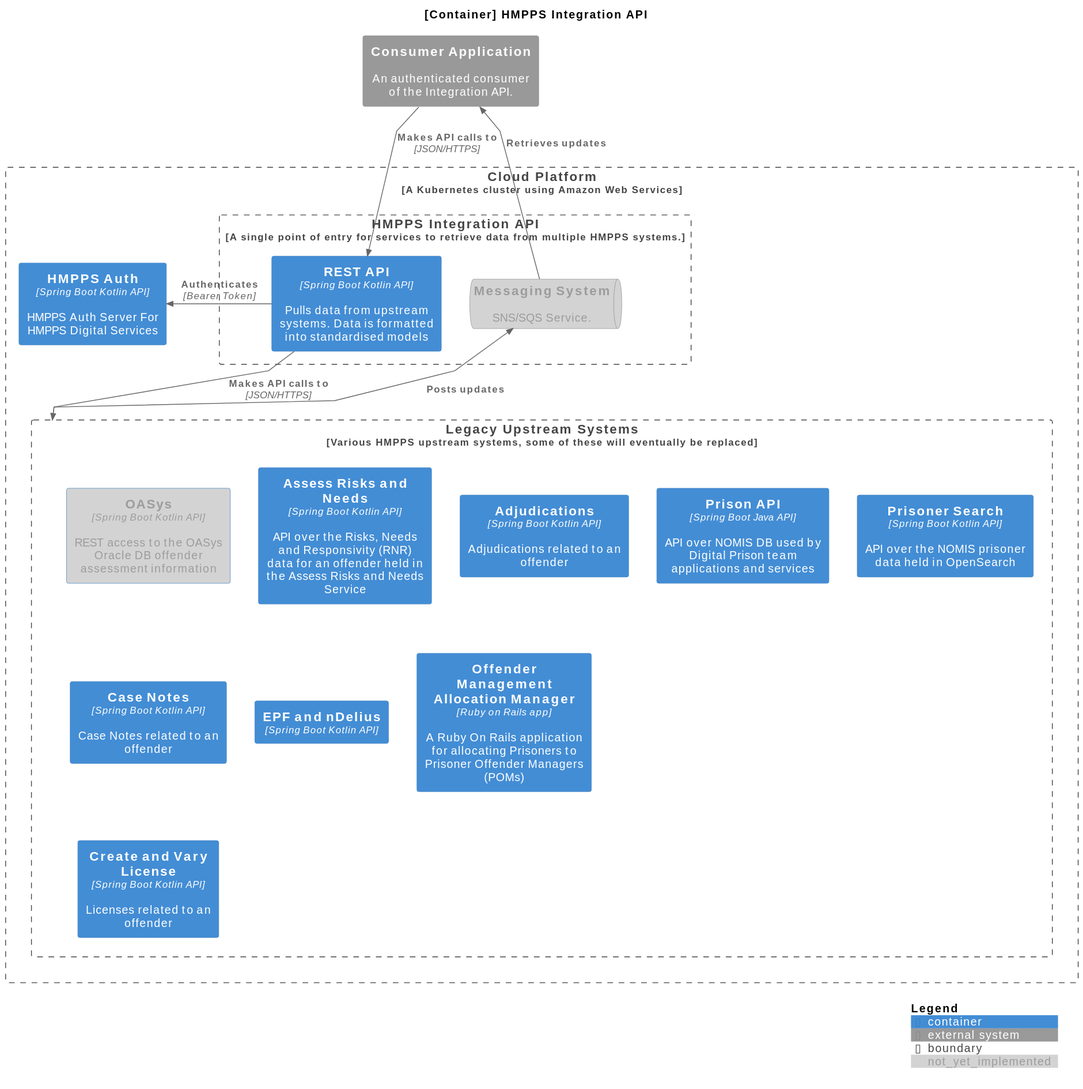
Above: docs/diagrams/container.svg in ministryofjustice/hmpps-integration-api (PlantUML), before the change.
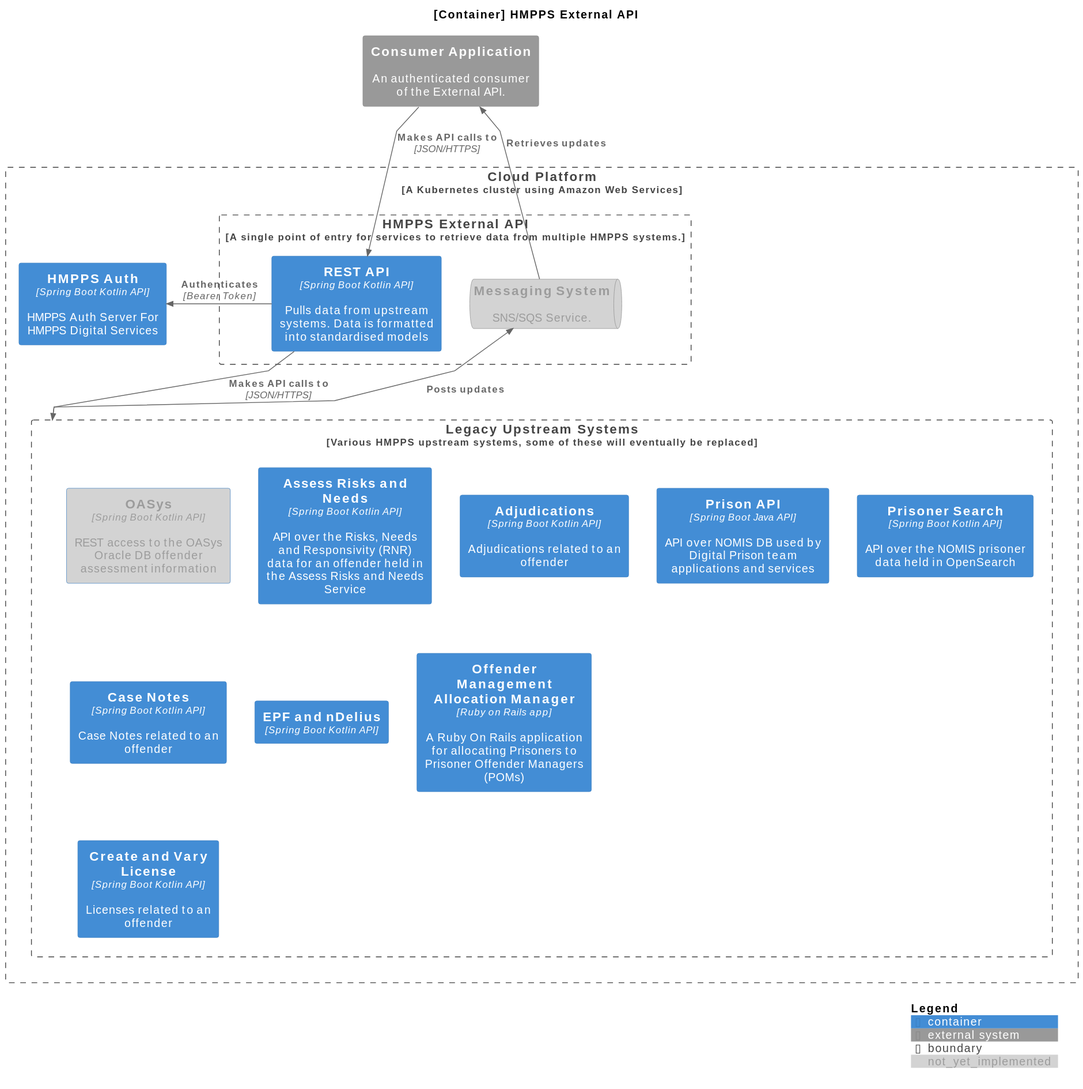
Above is the later version.

The edit, as a diff of the source:
```diff
@@ -3,14 +3,14 @@
 
 skinparam linetype polyline
 
-title [Container] HMPPS Integration API
+title [Container] HMPPS External API
 
 AddElementTag("not_yet_implemented", $bgColor="#D3D3D3", $fontColor="#9C9C9C")
 
-System_Ext(consumer, "Consumer Application", "An authenticated consumer of the Integration API.")
+System_Ext(consumer, "Consumer Application", "An authenticated consumer of the External API.")
 
 Boundary(aws_cloudplatform, "Cloud Platform", "A Kubernetes cluster using Amazon Web Services", $link="https://user-guide.cloud-platform.service.justice.gov.uk/documentation/concepts/cp-tech-overview.html") {
-    Boundary(hmpps_integration_api, "HMPPS Integration API", "A single point of entry for services to retrieve data from multiple HMPPS systems."){
+    Boundary(hmpps_integration_api, "HMPPS External API", "A single point of entry for services to retrieve data from multiple HMPPS systems."){
         Container(spring_boot_api, "REST API", "Spring Boot Kotlin API", "Pulls data from upstream systems. Data is formatted into standardised models", $link="https://github.com/ministryofjustice/hmpps-integration-api")
         SystemQueue_Ext(messaging, "Messaging System", "SNS/SQS Service.",$tags="not_yet_implemented")
     }
```
